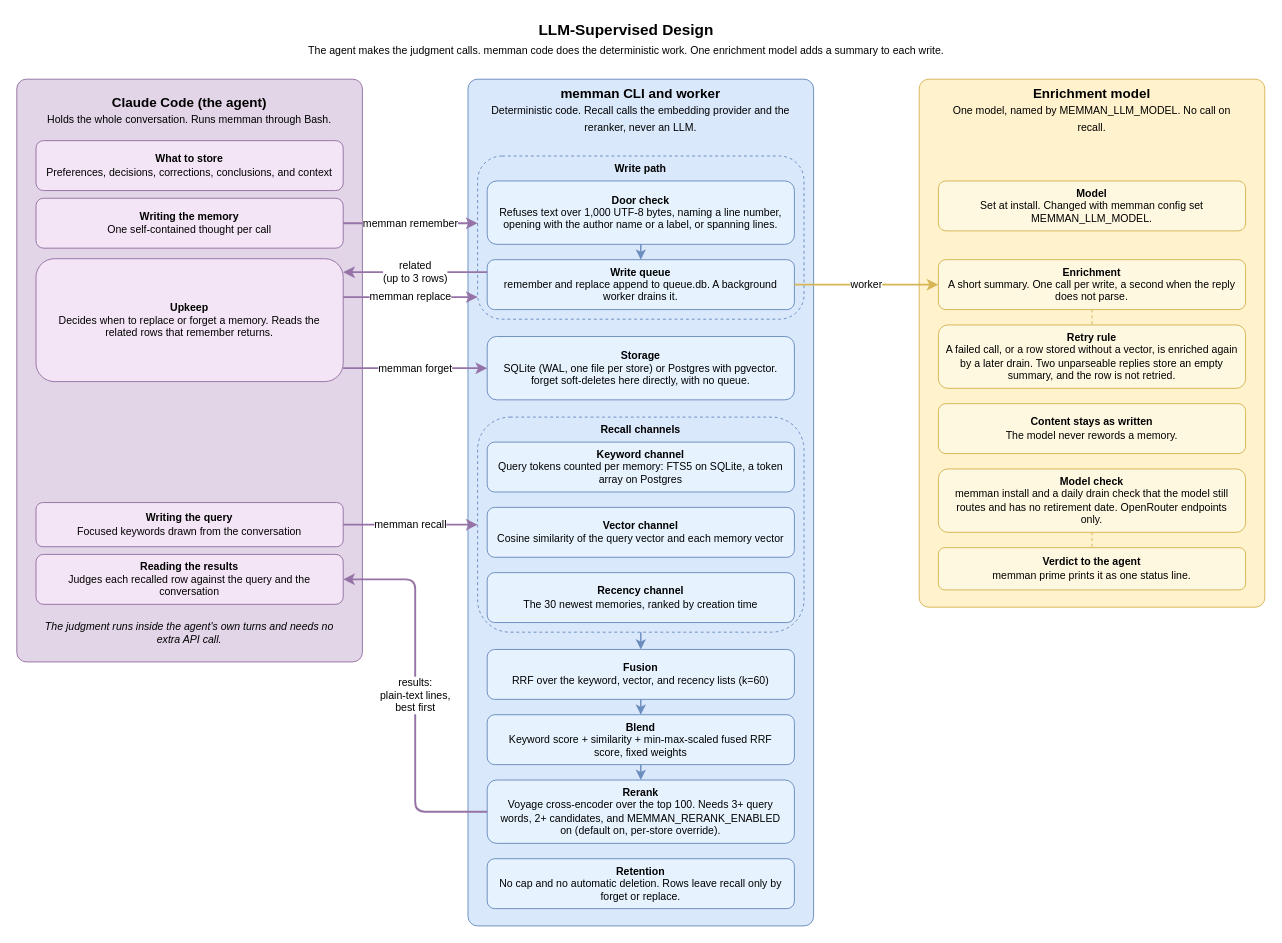
Above: docs/diagrams/01-llm-supervised.drawio in bissli/memman (draw.io), before the change. Source tidied: cells renumbered, new cells numbered last; positions are measured from the earlier drawing's top-left corner, leaving out a move shared by most shapes. Both pictures are drawn from the tidied source at 96%, with x=0, y=0 at pixel (16, 16).
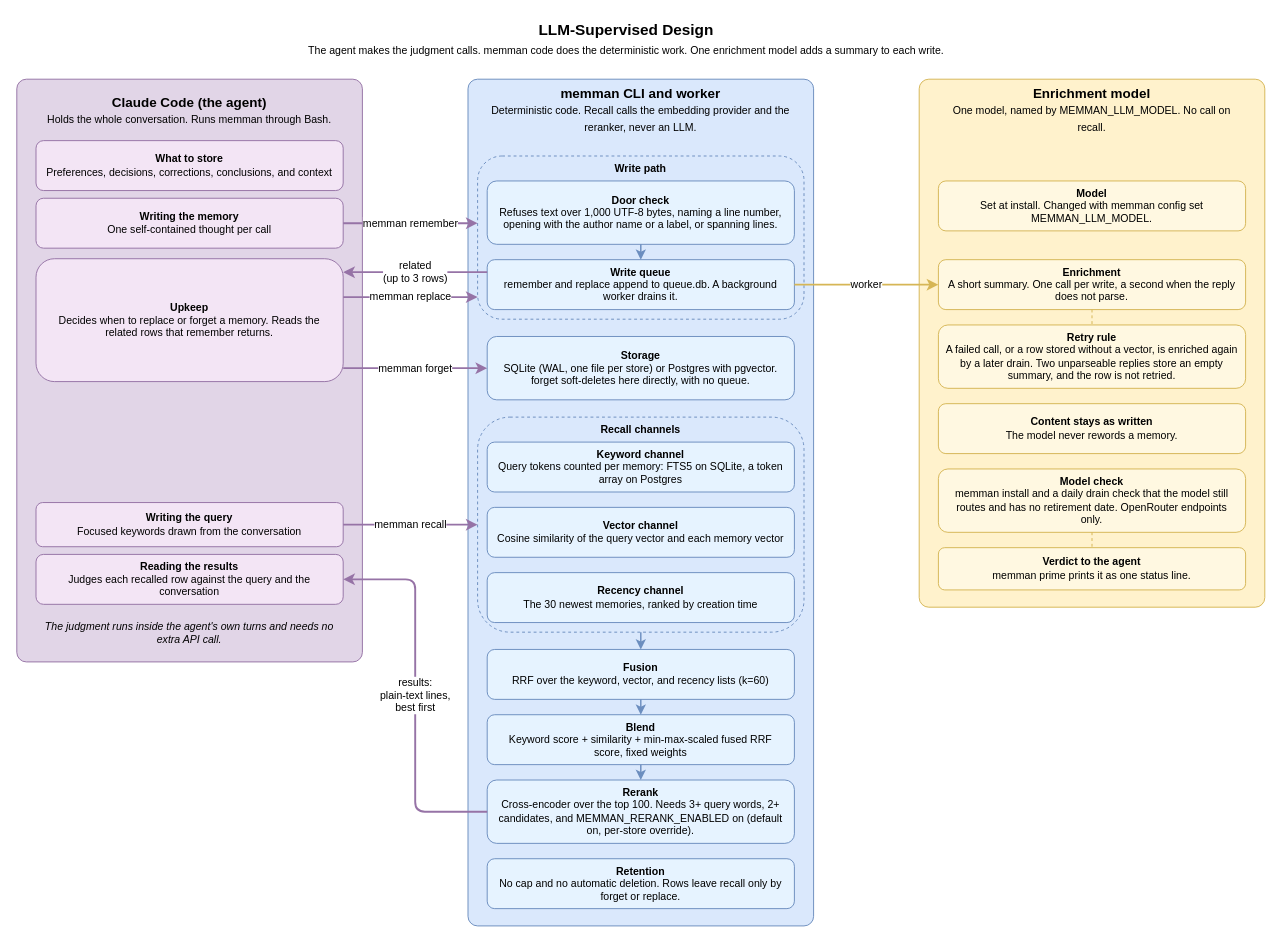
After the change.

The edit, as a diff of the source:
```diff
@@
-    <mxCell id="23" value="&lt;b&gt;Rerank&lt;/b&gt;&lt;br&gt;Voyage cross-encoder over the top 100. Needs 3+ query words, 2+ candidates, and MEMMAN_RERANK_ENABLED on (default on, per-store override)." style="rounded=1;whiteSpace=wrap;html=1;fillColor=#E6F3FF;strokeColor=#6c8ebf;fontSize=11;spacingLeft=6;spacingRight=6;" parent="1" vertex="1">
+    <mxCell id="23" value="&lt;b&gt;Rerank&lt;/b&gt;&lt;br&gt;Cross-encoder over the top 100. Needs 3+ query words, 2+ candidates, and MEMMAN_RERANK_ENABLED on (default on, per-store override)." style="rounded=1;whiteSpace=wrap;html=1;fillColor=#E6F3FF;strokeColor=#6c8ebf;fontSize=11;spacingLeft=6;spacingRight=6;" parent="1" vertex="1">
       <mxGeometry x="490" y="795" width="320" height="66" as="geometry" />
     </mxCell>
```
